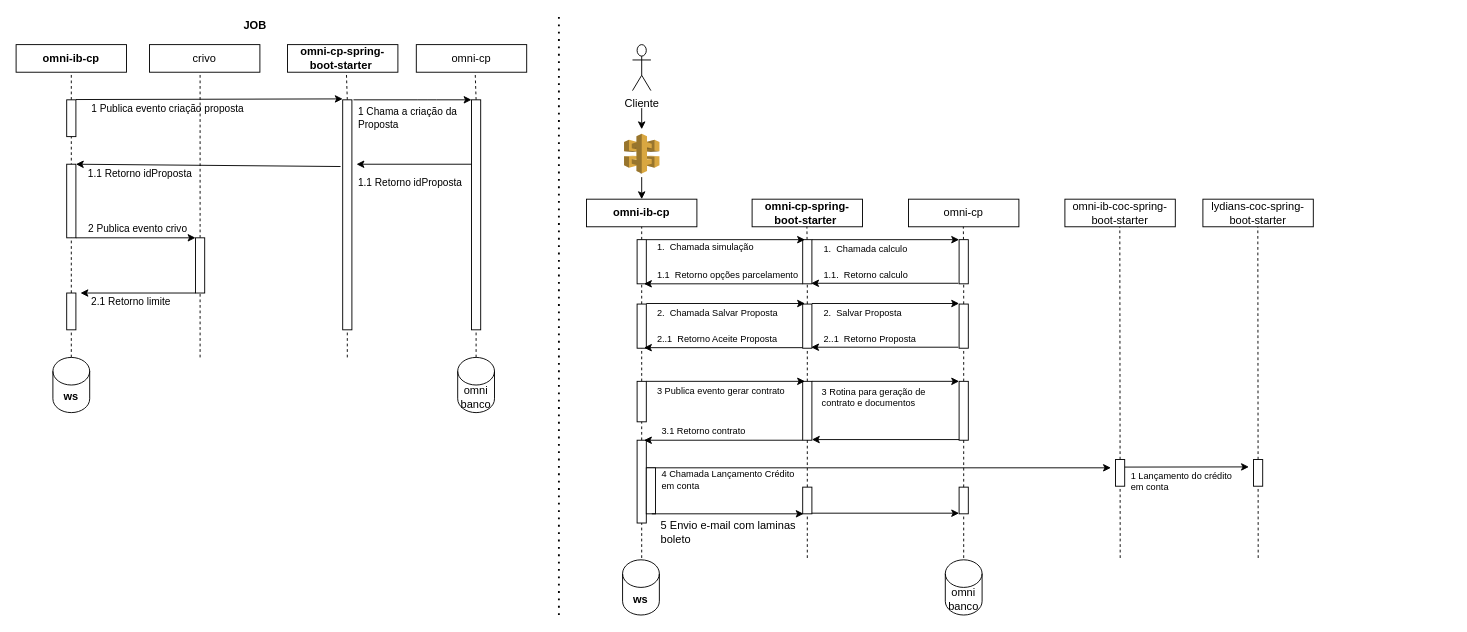
Before: Untitled Diagram.drawio in augustotbraga/diagrams, a draw.io diagram. Source tidied: cells renumbered, new cells numbered last; positions are measured from the earlier drawing's top-left corner, leaving out a move shared by most shapes. Both pictures are drawn from the tidied source at 92%, with x=0, y=0 at pixel (16, 17).
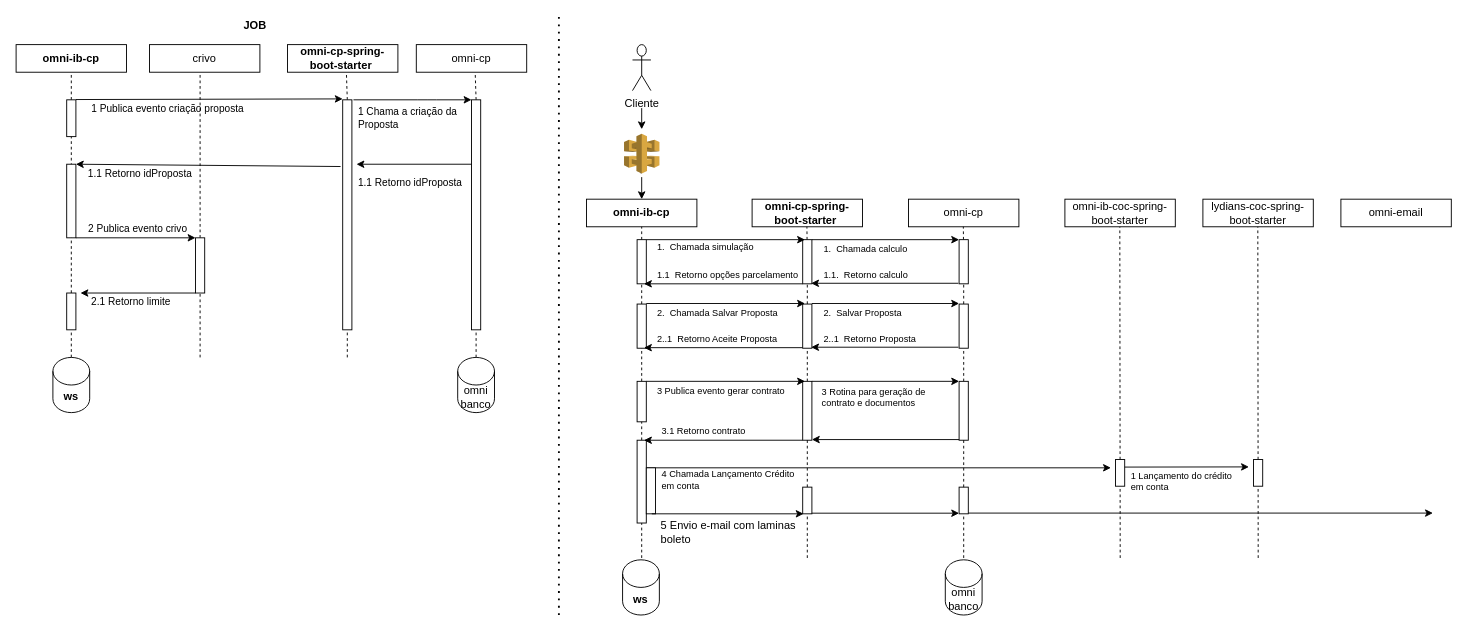
After the change.

Commit message:
crédito pre aprovado

The edit, as a diff of the source:
```diff
@@
+    <mxCell id="113" value="omni-email" style="rounded=0;whiteSpace=wrap;html=1;fontStyle=0;" parent="1" vertex="1">
+      <mxGeometry x="1440" y="198" width="120" height="30" as="geometry" />
+    </mxCell>
+    <mxCell id="114" style="endArrow=classic;html=1;" parent="1" edge="1">
+      <mxGeometry relative="1" as="geometry">
+        <mxPoint x="1035" y="539.2" as="sourcePoint" />
+        <mxPoint x="1540" y="539.2" as="targetPoint" />
+      </mxGeometry>
+    </mxCell>
```
